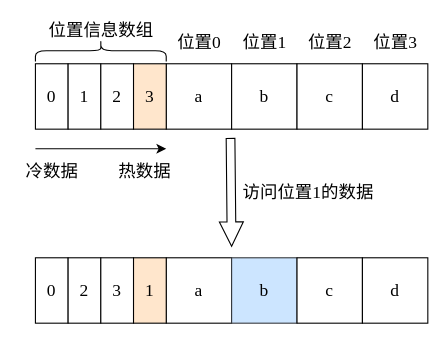
The draw.io diagram page "位置信息数组" (9 of 17) of 毕业论文.drawio in HustDsy/Picture, before the edit. Source tidied: cells renumbered, new cells numbered last; positions are measured from the earlier drawing's top-left corner, leaving out a move shared by most shapes. Both pictures are drawn from the tidied source at 109%, with x=0, y=0 at pixel (19, -15).
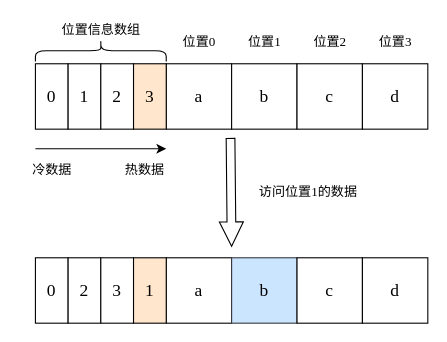
After the change.

Change to the diagram source:
```diff
@@
-    <mxCell id="7" value="位置&lt;font face=&quot;Times New Roman&quot;&gt;0&lt;/font&gt;" style="text;html=1;align=center;verticalAlign=middle;strokeColor=none;fillColor=none;fontSize=16;fontFamily=简宋;strokeWidth=1;" parent="1" vertex="1">
-      <mxGeometry x="135" y="37" width="60" height="30" as="geometry" />
+    <mxCell id="7" value="位置&lt;font face=&quot;Times New Roman&quot; style=&quot;font-size: 12px;&quot;&gt;0&lt;/font&gt;" style="text;html=1;align=center;verticalAlign=middle;strokeColor=none;fillColor=none;fontSize=12;fontFamily=简宋;strokeWidth=1;" parent="1" vertex="1">
+      <mxGeometry x="140" y="42" width="50" height="20" as="geometry" />
     </mxCell>
-    <mxCell id="8" value="位置&lt;font face=&quot;Times New Roman&quot;&gt;1&lt;/font&gt;" style="text;html=1;align=center;verticalAlign=middle;strokeColor=none;fillColor=none;fontSize=16;fontFamily=简宋;strokeWidth=1;" parent="1" vertex="1">
-      <mxGeometry x="195" y="37" width="60" height="30" as="geometry" />
+    <mxCell id="8" value="位置&lt;font face=&quot;Times New Roman&quot; style=&quot;font-size: 12px;&quot;&gt;1&lt;/font&gt;" style="text;html=1;align=center;verticalAlign=middle;strokeColor=none;fillColor=none;fontSize=12;fontFamily=简宋;strokeWidth=1;" parent="1" vertex="1">
+      <mxGeometry x="200" y="42" width="50" height="20" as="geometry" />
     </mxCell>
-    <mxCell id="9" value="位置&lt;font face=&quot;Times New Roman&quot;&gt;2&lt;/font&gt;" style="text;html=1;align=center;verticalAlign=middle;strokeColor=none;fillColor=none;fontSize=16;fontFamily=简宋;strokeWidth=1;" parent="1" vertex="1">
-      <mxGeometry x="255" y="37" width="60" height="30" as="geometry" />
+    <mxCell id="9" value="位置&lt;font face=&quot;Times New Roman&quot; style=&quot;font-size: 12px;&quot;&gt;2&lt;/font&gt;" style="text;html=1;align=center;verticalAlign=middle;strokeColor=none;fillColor=none;fontSize=12;fontFamily=简宋;strokeWidth=1;" parent="1" vertex="1">
+      <mxGeometry x="260" y="42" width="50" height="20" as="geometry" />
     </mxCell>
-    <mxCell id="10" value="位置&lt;font face=&quot;Times New Roman&quot;&gt;3&lt;/font&gt;" style="text;html=1;align=center;verticalAlign=middle;strokeColor=none;fillColor=none;fontSize=16;fontFamily=简宋;strokeWidth=1;" parent="1" vertex="1">
-      <mxGeometry x="315" y="37" width="60" height="30" as="geometry" />
+    <mxCell id="10" value="位置&lt;font face=&quot;Times New Roman&quot; style=&quot;font-size: 12px;&quot;&gt;3&lt;/font&gt;" style="text;html=1;align=center;verticalAlign=middle;strokeColor=none;fillColor=none;fontSize=12;fontFamily=简宋;strokeWidth=1;" parent="1" vertex="1">
+      <mxGeometry x="320" y="42" width="50" height="20" as="geometry" />
     </mxCell>
@@
-    <mxCell id="14" style="shape=curlyBracket;whiteSpace=wrap;html=1;rounded=1;fontFamily=简宋;fontSize=16;strokeWidth=1;rotation=90;" parent="1" vertex="1">
+    <mxCell id="14" style="shape=curlyBracket;whiteSpace=wrap;html=1;rounded=1;fontFamily=简宋;fontSize=12;strokeWidth=1;rotation=90;" parent="1" vertex="1">
       <mxGeometry x="65" width="20" height="120" as="geometry" />
     </mxCell>
-    <mxCell id="15" value="位置信息数组" style="text;html=1;align=center;verticalAlign=middle;strokeColor=none;fillColor=none;fontSize=16;fontFamily=简宋;strokeWidth=1;" parent="1" vertex="1">
-      <mxGeometry x="20" y="31" width="110" height="20" as="geometry" />
+    <mxCell id="15" value="位置信息数组" style="text;html=1;align=center;verticalAlign=middle;strokeColor=none;fillColor=none;fontSize=12;fontFamily=简宋;strokeWidth=1;" parent="1" vertex="1">
+      <mxGeometry x="30" y="31" width="90" height="20" as="geometry" />
     </mxCell>
-    <mxCell id="16" style="endArrow=classic;html=1;rounded=0;fontFamily=简宋;fontSize=16;strokeWidth=1;" parent="1" edge="1">
+    <mxCell id="16" style="endArrow=classic;html=1;rounded=0;fontFamily=Times New Roman;fontSize=16;strokeWidth=1;" parent="1" edge="1">
       <mxGeometry relative="1" as="geometry">
         <mxPoint x="15" y="150" as="sourcePoint" />
         <mxPoint x="135" y="150" as="targetPoint" />
       </mxGeometry>
     </mxCell>
-    <mxCell id="17" value="冷数据" style="text;html=1;align=center;verticalAlign=middle;strokeColor=none;fillColor=none;fontSize=16;fontFamily=简宋;strokeWidth=1;" parent="1" vertex="1">
-      <mxGeometry y="160" width="60" height="20" as="geometry" />
+    <mxCell id="17" value="冷数据" style="text;html=1;align=center;verticalAlign=middle;strokeColor=none;fillColor=none;fontSize=12;fontFamily=简宋;strokeWidth=1;" parent="1" vertex="1">
+      <mxGeometry x="5" y="160" width="50" height="20" as="geometry" />
     </mxCell>
-    <mxCell id="18" value="热数据" style="text;html=1;align=center;verticalAlign=middle;strokeColor=none;fillColor=none;fontSize=16;fontFamily=简宋;strokeWidth=1;" parent="1" vertex="1">
-      <mxGeometry x="85" y="160" width="60" height="20" as="geometry" />
+    <mxCell id="18" value="热数据" style="text;html=1;align=center;verticalAlign=middle;strokeColor=none;fillColor=none;fontSize=12;fontFamily=简宋;strokeWidth=1;" parent="1" vertex="1">
+      <mxGeometry x="90" y="160" width="50" height="20" as="geometry" />
     </mxCell>
@@
-    <mxCell id="27" style="shape=flexArrow;endArrow=classic;html=1;rounded=0;fontFamily=简宋;fontSize=16;strokeWidth=1;endWidth=13;endSize=7.13;width=8;" parent="1" edge="1">
+    <mxCell id="27" style="shape=flexArrow;endArrow=classic;html=1;rounded=0;fontFamily=简宋;fontSize=12;strokeWidth=1;endWidth=13;endSize=7.13;width=8;" parent="1" edge="1">
       <mxGeometry relative="1" as="geometry">
         <mxPoint x="194" y="140" as="sourcePoint" />
         <mxPoint x="195" y="240" as="targetPoint" />
       </mxGeometry>
     </mxCell>
-    <mxCell id="28" value="访问位置&lt;font face=&quot;Times New Roman&quot;&gt;1&lt;/font&gt;的数据" style="text;html=1;align=center;verticalAlign=middle;strokeColor=none;fillColor=none;fontSize=16;fontFamily=简宋;strokeWidth=1;" parent="1" vertex="1">
-      <mxGeometry x="195" y="175" width="140" height="30" as="geometry" />
+    <mxCell id="28" value="访问位置&lt;font face=&quot;Times New Roman&quot; style=&quot;font-size: 12px;&quot;&gt;1&lt;/font&gt;的数据" style="text;html=1;align=center;verticalAlign=middle;strokeColor=none;fillColor=none;fontSize=12;fontFamily=简宋;strokeWidth=1;" parent="1" vertex="1">
+      <mxGeometry x="210" y="180" width="110" height="20" as="geometry" />
     </mxCell>
```
